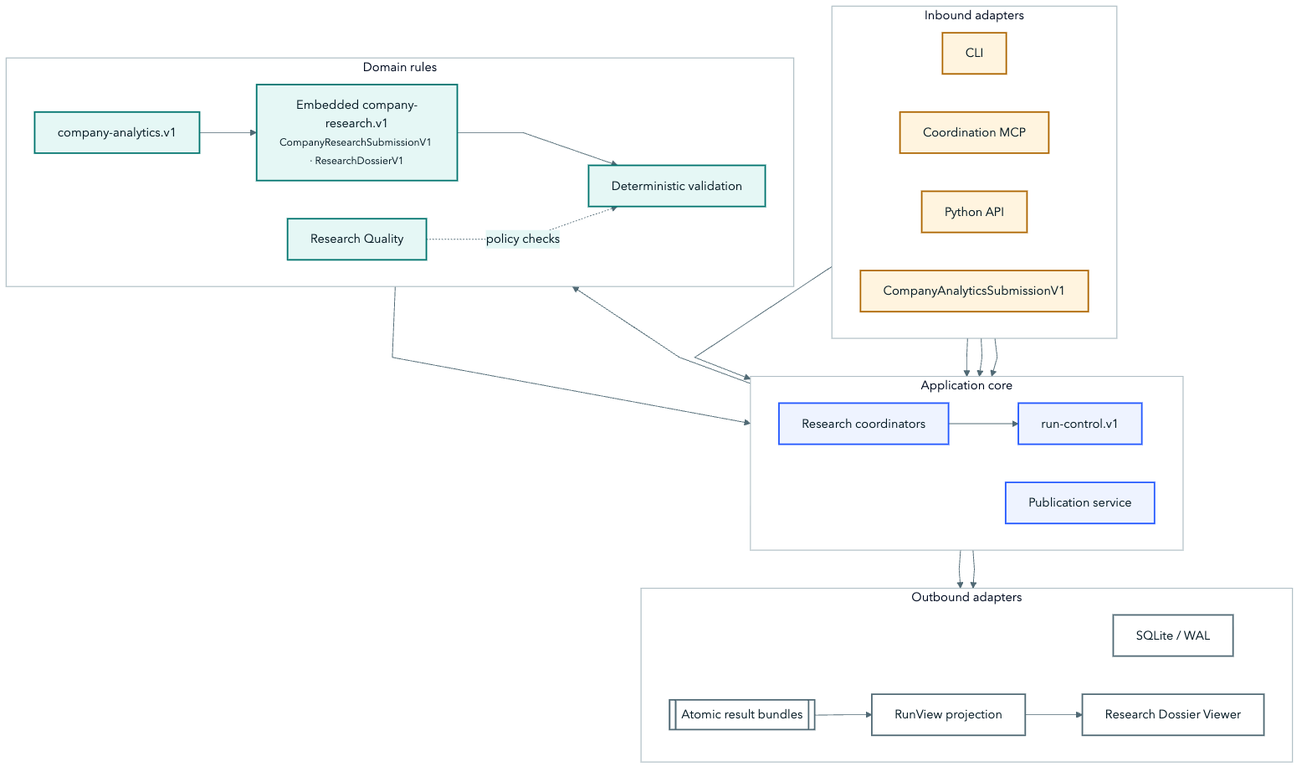
Earlier version of the Mermaid export assets/architecture/portable-components.png (harshitagarwal2/StockResearchAgents). Its source is kept beside it as docs/diagrams/portable-components.mmd.
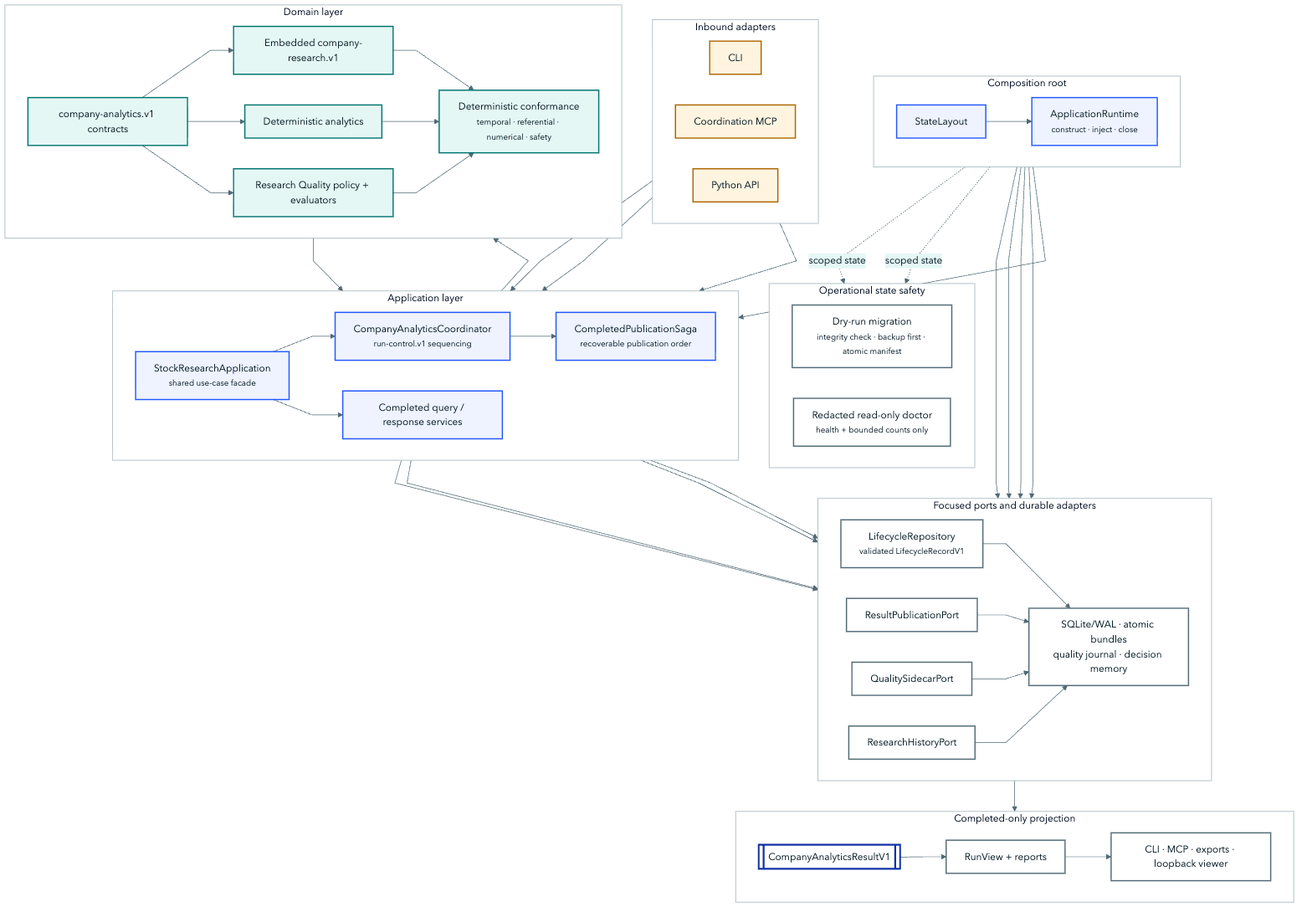
The same file after the commit.

Change to the diagram source:
```diff
@@ -1,58 +1,99 @@
 %%{init: {"theme":"base","fontFamily":"Avenir Next, Segoe UI, sans-serif","themeVariables":{"fontFamily":"Avenir Next, Segoe UI, sans-serif","primaryColor":"#eef3ff","primaryTextColor":"#071c26","primaryBorderColor":"#2257ff","lineColor":"#516a75","secondaryColor":"#e5f7f5","tertiaryColor":"#fff4df","background":"#f5f8f9","clusterBkg":"#ffffff","clusterBorder":"#96aab2"},"flowchart":{"curve":"linear","htmlLabels":true}}}%%
 flowchart TB
-  accTitle: StockResearchAgents component architecture
-  accDescr: Inbound adapters call the StockResearchAgents application core. The public company-analytics.v1 profile composes an outer CompanyAnalyticsSubmissionV1 around an embedded CompanyResearchSubmissionV1 and ResearchDossierV1. Run-control.v1 coordinates durable state, while outbound adapters expose only completed projections.
+  accTitle: StockResearchAgents layered component architecture
+  accDescr: CLI, MCP, and Python adapters call StockResearchApplication. ApplicationRuntime composes the application from StateLayout and focused durable ports. CompanyAnalyticsCoordinator owns lifecycle sequencing and delegates recoverable completed publication to CompletedPublicationSaga. Contracts, deterministic analytics, and validation remain domain-owned. Completed bundles feed projection-only readers, while backup-first migration and redacted doctor remain operational paths.
 
-  subgraph I["Inbound adapters"]
+  subgraph IN["Inbound adapters"]
     direction LR
     CLI["CLI"]
     MCP["Coordination MCP"]
     PY["Python API"]
-    HOST["CompanyAnalyticsSubmissionV1"]
   end
 
-  subgraph A["Application core"]
+  subgraph COMPOSE["Composition root"]
     direction LR
-    COORD["Research coordinators"]
-    LIFE["run-control.v1"]
-    PUB["Publication service"]
+    LAYOUT["StateLayout"]
+    RUNTIME["ApplicationRuntime<br/><small>construct · inject · close</small>"]
+    LAYOUT --> RUNTIME
   end
 
-  subgraph D["Domain rules"]
+  subgraph APP["Application layer"]
     direction LR
-    CONTRACT["company-analytics.v1"]
-    FOUNDATION["Embedded company-research.v1<br/><small>CompanyResearchSubmissionV1 · ResearchDossierV1</small>"]
-    SPEC["Deterministic validation"]
-    QUALITY["Research Quality"]
+    FACADE["StockResearchApplication<br/><small>shared use-case facade</small>"]
+    COORD["CompanyAnalyticsCoordinator<br/><small>run-control.v1 sequencing</small>"]
+    SAGA["CompletedPublicationSaga<br/><small>recoverable publication order</small>"]
+    QUERY["Completed query / response services"]
+    FACADE --> COORD --> SAGA
+    FACADE --> QUERY
   end
 
-  subgraph O["Outbound adapters"]
+  subgraph DOMAIN["Domain layer"]
     direction LR
-    STORE["SQLite / WAL"]
-    BUNDLE[["Atomic result bundles"]]
-    VIEW["RunView projection"]
-    UI["Research Dossier Viewer"]
+    CONTRACT["company-analytics.v1 contracts"]
+    FOUNDATION["Embedded company-research.v1"]
+    ANALYTICS["Deterministic analytics"]
+    VALIDATE["Deterministic conformance<br/><small>temporal · referential · numerical · safety</small>"]
+    QUALITY["Research Quality policy + evaluators"]
+    CONTRACT --> FOUNDATION
+    CONTRACT --> ANALYTICS
+    CONTRACT --> QUALITY
+    FOUNDATION --> VALIDATE
+    ANALYTICS --> VALIDATE
+    QUALITY --> VALIDATE
   end
 
-  CLI --> COORD
-  MCP --> COORD
-  PY --> COORD
-  HOST --> COORD
-  COORD --> LIFE
-  LIFE --> CONTRACT
-  CONTRACT --> FOUNDATION --> SPEC
-  QUALITY -. policy checks .-> SPEC
-  SPEC --> PUB
-  LIFE --> STORE
-  PUB --> BUNDLE
-  BUNDLE --> VIEW
-  VIEW --> UI
+  subgraph OUT["Focused ports and durable adapters"]
+    direction LR
+    LIFEPORT["LifecycleRepository<br/><small>validated LifecycleRecordV1</small>"]
+    RESULTPORT["ResultPublicationPort"]
+    QUALITYPORT["QualitySidecarPort"]
+    MEMORYPORT["ResearchHistoryPort"]
+    STORES["SQLite/WAL · atomic bundles<br/>quality journal · decision memory"]
+    LIFEPORT --> STORES
+    RESULTPORT --> STORES
+    QUALITYPORT --> STORES
+    MEMORYPORT --> STORES
+  end
+
+  subgraph READ["Completed-only projection"]
+    direction LR
+    RESULT[["CompanyAnalyticsResultV1"]]
+    VIEW["RunView + reports"]
+    UI["CLI · MCP · exports · loopback viewer"]
+    RESULT --> VIEW --> UI
+  end
+
+  subgraph OPS["Operational state safety"]
+    direction LR
+    MIGRATE["Dry-run migration<br/><small>integrity check · backup first · atomic manifest</small>"]
+    DOCTOR["Redacted read-only doctor<br/><small>health + bounded counts only</small>"]
+  end
+
+  CLI --> FACADE
+  MCP --> FACADE
+  PY --> FACADE
+  RUNTIME --> FACADE
+  RUNTIME --> LIFEPORT
+  RUNTIME --> RESULTPORT
+  RUNTIME --> QUALITYPORT
+  RUNTIME --> MEMORYPORT
+  COORD --> CONTRACT
+  VALIDATE --> SAGA
+  COORD --> LIFEPORT
+  SAGA --> RESULTPORT
+  SAGA --> QUALITYPORT
+  SAGA --> MEMORYPORT
+  RESULTPORT --> RESULT
+  LAYOUT -. scoped state .-> MIGRATE
+  LAYOUT -. scoped state .-> DOCTOR
 
   classDef inbound fill:#fff4df,stroke:#ad6500,color:#071c26,stroke-width:2px;
   classDef app fill:#eef3ff,stroke:#2257ff,color:#071c26,stroke-width:2px;
   classDef domain fill:#e5f7f5,stroke:#00746e,color:#071c26,stroke-width:2px;
   classDef out fill:#ffffff,stroke:#516a75,color:#071c26,stroke-width:2px;
-  class CLI,MCP,PY,HOST inbound;
-  class COORD,LIFE,PUB app;
-  class CONTRACT,FOUNDATION,SPEC,QUALITY domain;
-  class STORE,BUNDLE,VIEW,UI out;
+  classDef artifact fill:#ffffff,stroke:#1231a6,color:#071c26,stroke-width:3px;
+  class CLI,MCP,PY inbound;
+  class LAYOUT,RUNTIME,FACADE,COORD,SAGA,QUERY app;
+  class CONTRACT,FOUNDATION,ANALYTICS,VALIDATE,QUALITY domain;
+  class LIFEPORT,RESULTPORT,QUALITYPORT,MEMORYPORT,STORES,VIEW,UI,MIGRATE,DOCTOR out;
+  class RESULT artifact;
```
